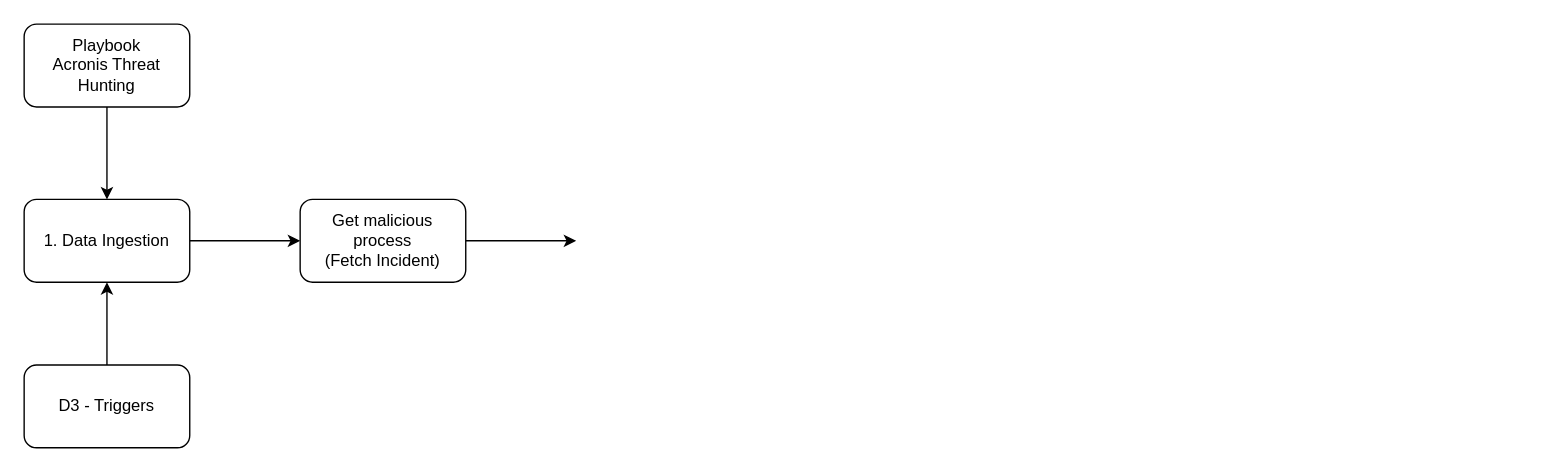
This is Partner - Arconis.drawio from Tonyfu09/AWS, a draw.io file, before an edit. Source tidied: cells renumbered, new cells numbered last; positions are measured from the earlier drawing's top-left corner, leaving out a move shared by most shapes. Both pictures are drawn from the tidied source at 138%, with x=0, y=0 at pixel (23, 23).
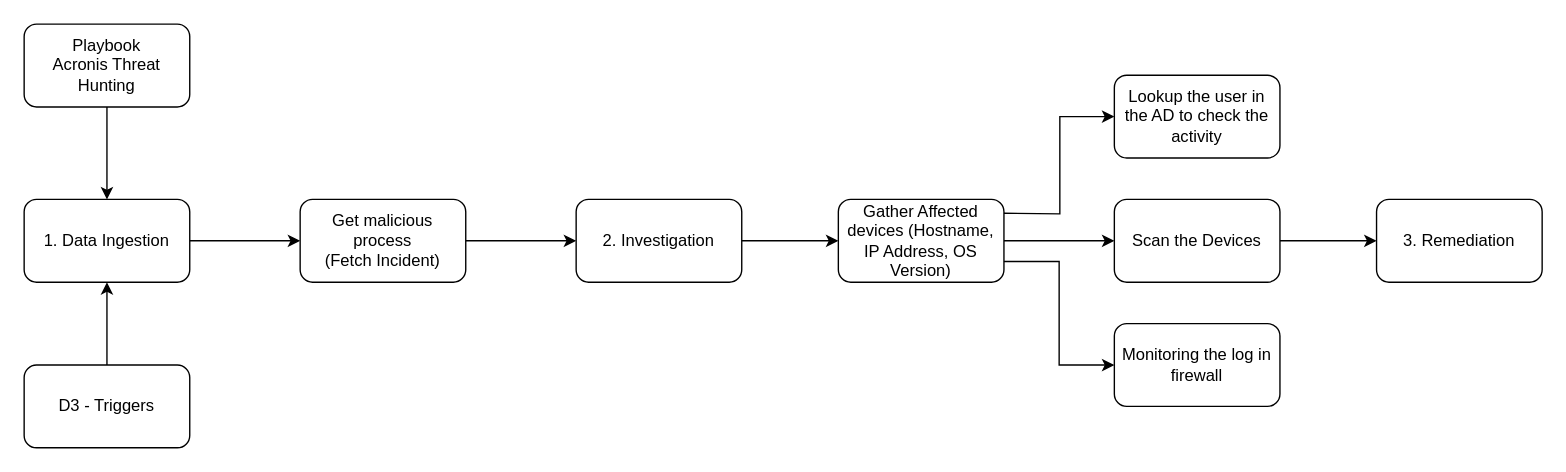
After the change.

Diff of the diagram source:
```diff
@@
+    <mxCell id="10" style="edgeStyle=orthogonalEdgeStyle;rounded=0;jettySize=auto;html=1;" parent="1" edge="1" source="11" target="15">
+      <mxGeometry relative="1" as="geometry" />
+    </mxCell>
+    <mxCell id="11" value="Gather Affected devices (Hostname, IP Address, OS Version)" style="rounded=1;whiteSpace=wrap;html=1;" parent="1" vertex="1">
+      <mxGeometry x="590" y="127" width="120" height="60" as="geometry" />
+    </mxCell>
+    <mxCell id="12" style="edgeStyle=orthogonalEdgeStyle;rounded=0;jettySize=auto;html=1;" parent="1" edge="1" source="13" target="11">
+      <mxGeometry relative="1" as="geometry" />
+    </mxCell>
+    <mxCell id="13" value="2. Investigation" style="rounded=1;whiteSpace=wrap;html=1;" parent="1" vertex="1">
+      <mxGeometry x="400" y="127" width="120" height="60" as="geometry" />
+    </mxCell>
+    <mxCell id="14" style="edgeStyle=orthogonalEdgeStyle;rounded=0;jettySize=auto;html=1;" parent="1" edge="1" source="15" target="20">
+      <mxGeometry relative="1" as="geometry" />
+    </mxCell>
+    <mxCell id="15" value="Scan the Devices" style="whiteSpace=wrap;html=1;rounded=1;" parent="1" vertex="1">
+      <mxGeometry x="790" y="127" width="120" height="60" as="geometry" />
+    </mxCell>
+    <mxCell id="16" style="edgeStyle=orthogonalEdgeStyle;rounded=0;jettySize=auto;html=1;entryX=0;entryY=0.5;entryDx=0;entryDy=0;" parent="1" edge="1" target="17">
+      <mxGeometry relative="1" as="geometry">
+        <mxPoint x="710" y="137" as="sourcePoint" />
+      </mxGeometry>
+    </mxCell>
+    <mxCell id="17" value="Lookup the user in the AD to check the activity" style="whiteSpace=wrap;html=1;rounded=1;" parent="1" vertex="1">
+      <mxGeometry x="790" y="37" width="120" height="60" as="geometry" />
+    </mxCell>
+    <mxCell id="18" value="Monitoring the log in firewall" style="whiteSpace=wrap;html=1;rounded=1;" parent="1" vertex="1">
+      <mxGeometry x="790" y="217" width="120" height="60" as="geometry" />
+    </mxCell>
+    <mxCell id="19" style="edgeStyle=orthogonalEdgeStyle;rounded=0;jettySize=auto;html=1;entryX=0;entryY=0.5;entryDx=0;entryDy=0;exitX=1;exitY=0.75;exitDx=0;exitDy=0;" parent="1" edge="1" source="11" target="18">
+      <mxGeometry relative="1" as="geometry" />
+    </mxCell>
+    <mxCell id="20" value="3. Remediation" style="rounded=1;whiteSpace=wrap;html=1;" parent="1" vertex="1">
+      <mxGeometry x="980" y="127" width="120" height="60" as="geometry" />
+    </mxCell>
```
